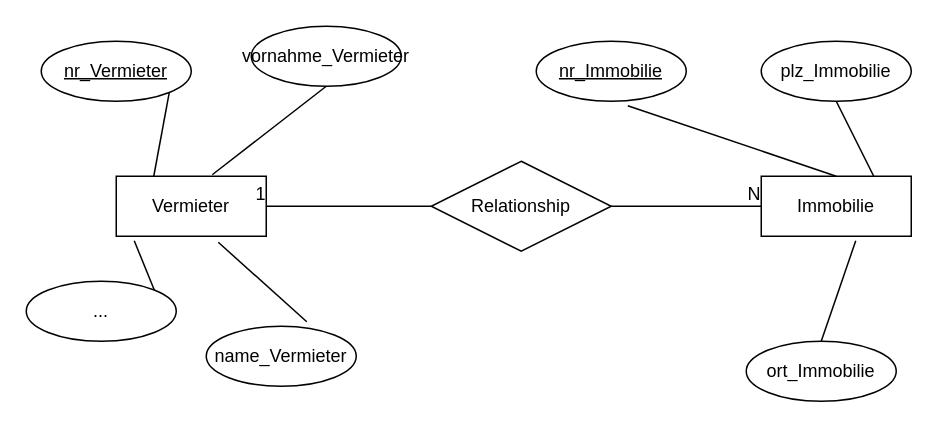
Artjom1234/Entity-Relationship-Model keeps this draw.io diagram as ERD-Chen-Notation.drawio. Above is the earlier version. Source tidied: cells renumbered, new cells numbered last; positions are measured from the earlier drawing's top-left corner, leaving out a move shared by most shapes. Both pictures are drawn from the tidied source at 150%, with x=0, y=0 at pixel (26, 26).
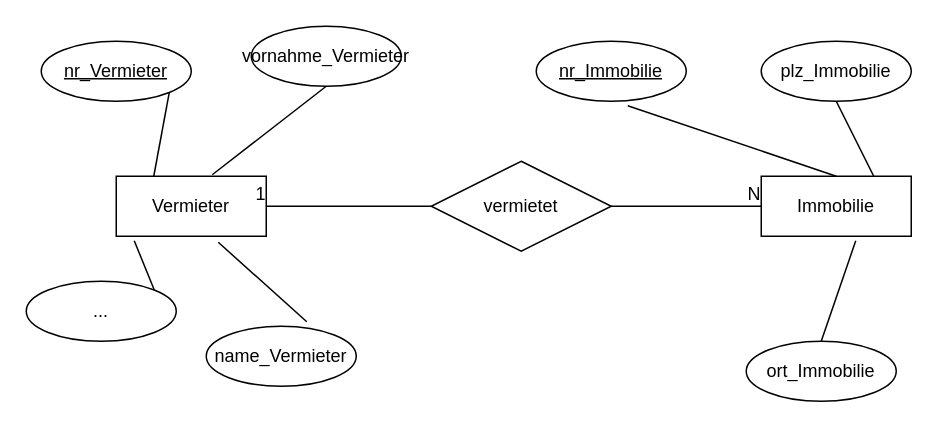
After the change.

Commit message:
Vermieter_vermietet_Immobilie

Diff of the diagram source:
```diff
@@
-    <mxCell id="18" value="Relationship" style="shape=rhombus;perimeter=rhombusPerimeter;whiteSpace=wrap;html=1;align=center;" parent="1" vertex="1">
+    <mxCell id="18" value="vermietet" style="shape=rhombus;perimeter=rhombusPerimeter;whiteSpace=wrap;html=1;align=center;" parent="1" vertex="1">
       <mxGeometry x="270" y="90" width="120" height="60" as="geometry" />
     </mxCell>
```
